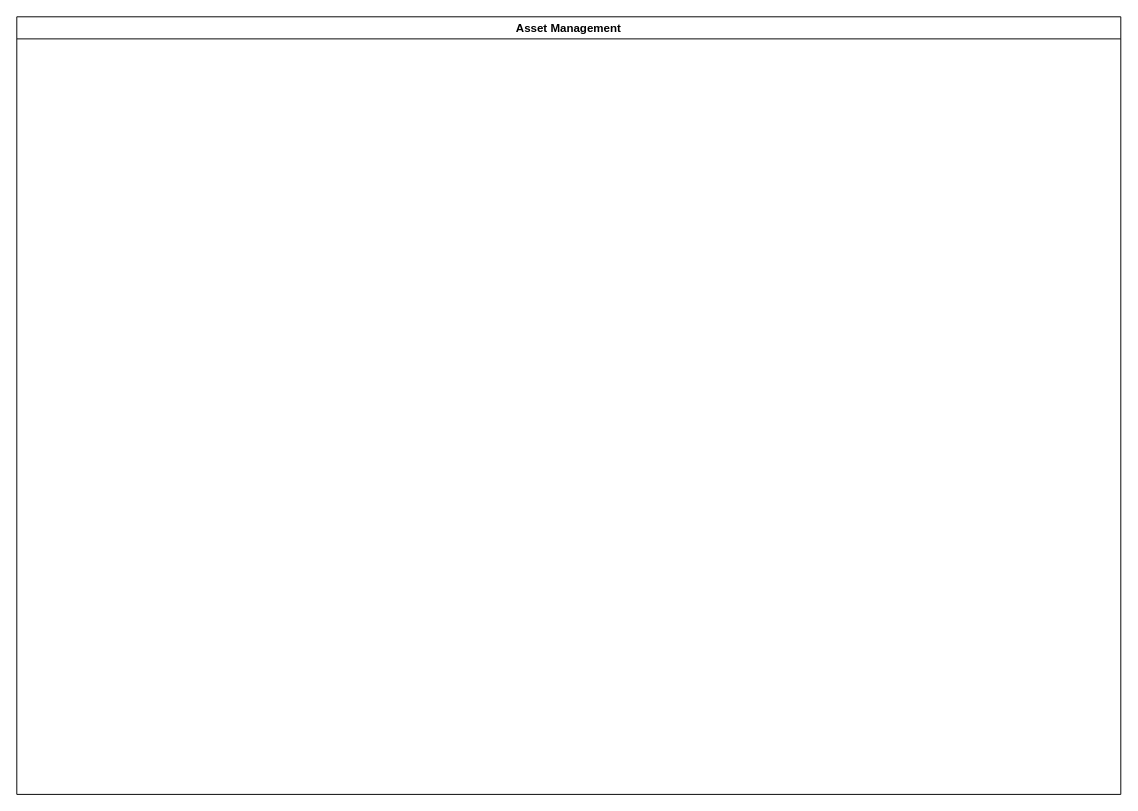
The draw.io diagram KEFRI-PROC-Asset Management.drawio in kmagua/flowcharts, before the edit. Source tidied: cells renumbered, new cells numbered last; positions are measured from the earlier drawing's top-left corner, leaving out a move shared by most shapes. Both pictures are drawn from the tidied source at 96%, with x=0, y=0 at pixel (16, 16).
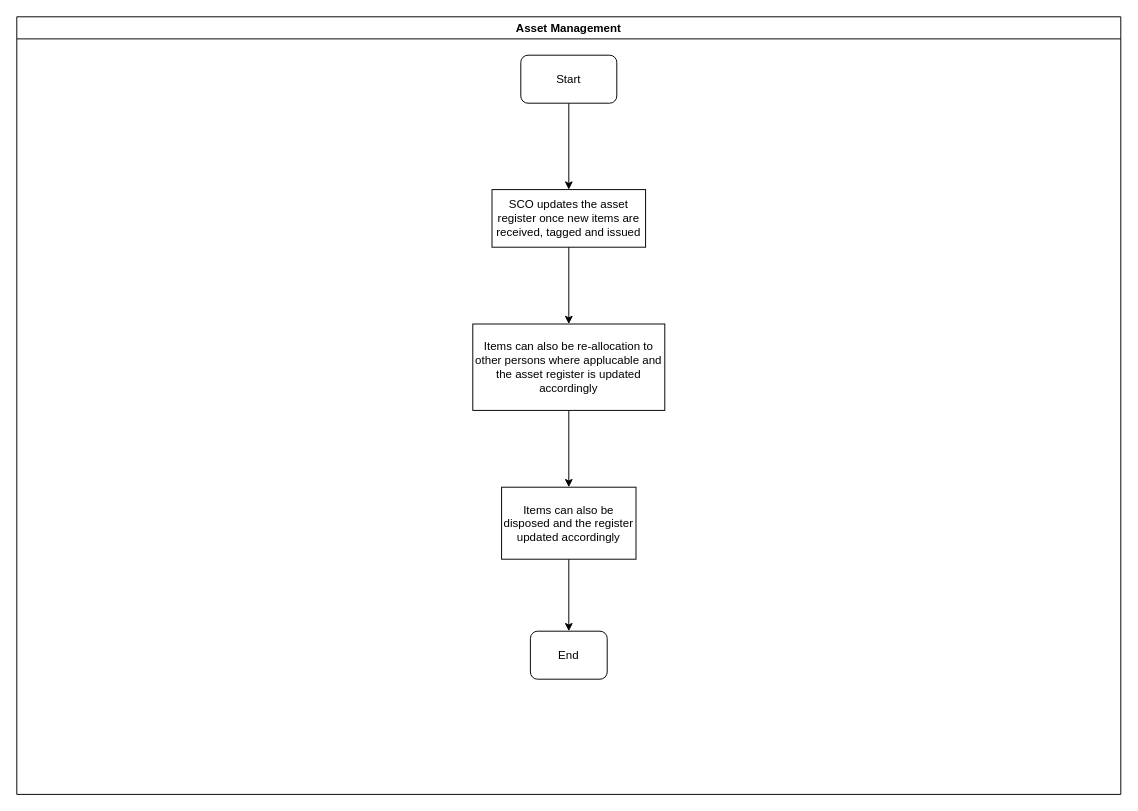
The same page after the edit.

Diff of the diagram source:
```diff
@@
 <mxGraphModel>
   <root>
     <mxCell id="0" />
     <mxCell id="1" parent="0" />
     <mxCell id="2" value="Asset Management" style="swimlane;" parent="1" vertex="1">
       <mxGeometry width="1150" height="810" as="geometry" />
     </mxCell>
+    <mxCell id="3" value="SCO updates the asset register once new items are received, tagged and issued" style="rounded=0;whiteSpace=wrap;html=1;" parent="2" vertex="1">
+      <mxGeometry x="495" y="180" width="160" height="60" as="geometry" />
+    </mxCell>
+    <mxCell id="4" value="Items can also be re-allocation to other persons where applucable and the asset register is updated accordingly" style="whiteSpace=wrap;html=1;rounded=0;" parent="2" vertex="1">
+      <mxGeometry x="475" y="320" width="200" height="90" as="geometry" />
+    </mxCell>
+    <mxCell id="5" style="edgeStyle=orthogonalEdgeStyle;rounded=0;jettySize=auto;html=1;" parent="2" edge="1" source="3" target="4">
+      <mxGeometry relative="1" as="geometry" />
+    </mxCell>
+    <mxCell id="6" value="End" style="rounded=1;whiteSpace=wrap;html=1;" parent="2" vertex="1">
+      <mxGeometry x="535" y="640" width="80" height="50" as="geometry" />
+    </mxCell>
+    <mxCell id="7" style="edgeStyle=orthogonalEdgeStyle;rounded=0;jettySize=auto;html=1;" parent="2" edge="1" source="8" target="3">
+      <mxGeometry relative="1" as="geometry" />
+    </mxCell>
+    <mxCell id="8" value="Start" style="rounded=1;whiteSpace=wrap;html=1;" parent="2" vertex="1">
+      <mxGeometry x="525" y="40" width="100" height="50" as="geometry" />
+    </mxCell>
+    <mxCell id="9" style="edgeStyle=orthogonalEdgeStyle;rounded=0;jettySize=auto;html=1;" parent="2" edge="1" source="10" target="6">
+      <mxGeometry relative="1" as="geometry" />
+    </mxCell>
+    <mxCell id="10" value="Items can also be disposed and the register updated accordingly" style="whiteSpace=wrap;html=1;rounded=0;" parent="2" vertex="1">
+      <mxGeometry x="505" y="490" width="140" height="75" as="geometry" />
+    </mxCell>
+    <mxCell id="11" style="edgeStyle=orthogonalEdgeStyle;rounded=0;jettySize=auto;html=1;" parent="2" edge="1" source="4" target="10">
+      <mxGeometry relative="1" as="geometry" />
+    </mxCell>
   </root>
 </mxGraphModel>
```
